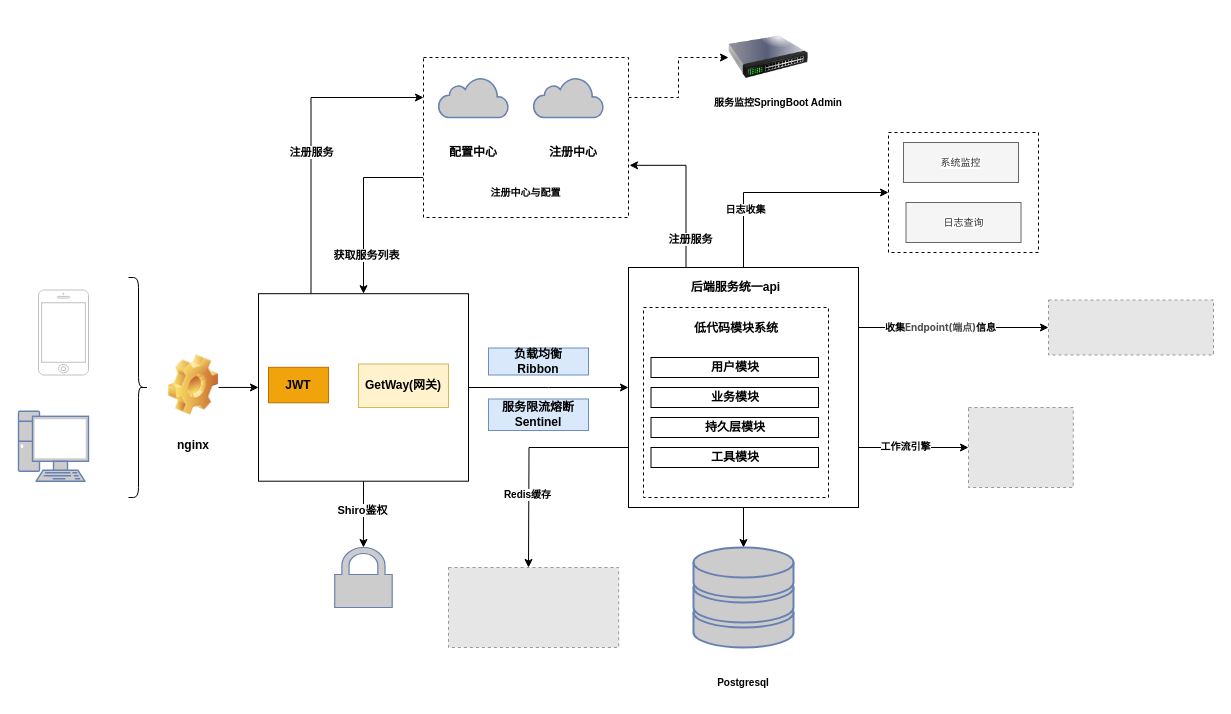
This is 未命名绘图.drawio from Joe192168/joe-draw, a draw.io file, before an edit. Source tidied: cells renumbered, new cells numbered last; positions are measured from the earlier drawing's top-left corner, leaving out a move shared by most shapes. Both pictures are drawn from the tidied source at 100%, with x=0, y=0 at pixel (18, 17). Pictures stored in the file or linked from it are replaced by grey dashed boxes.
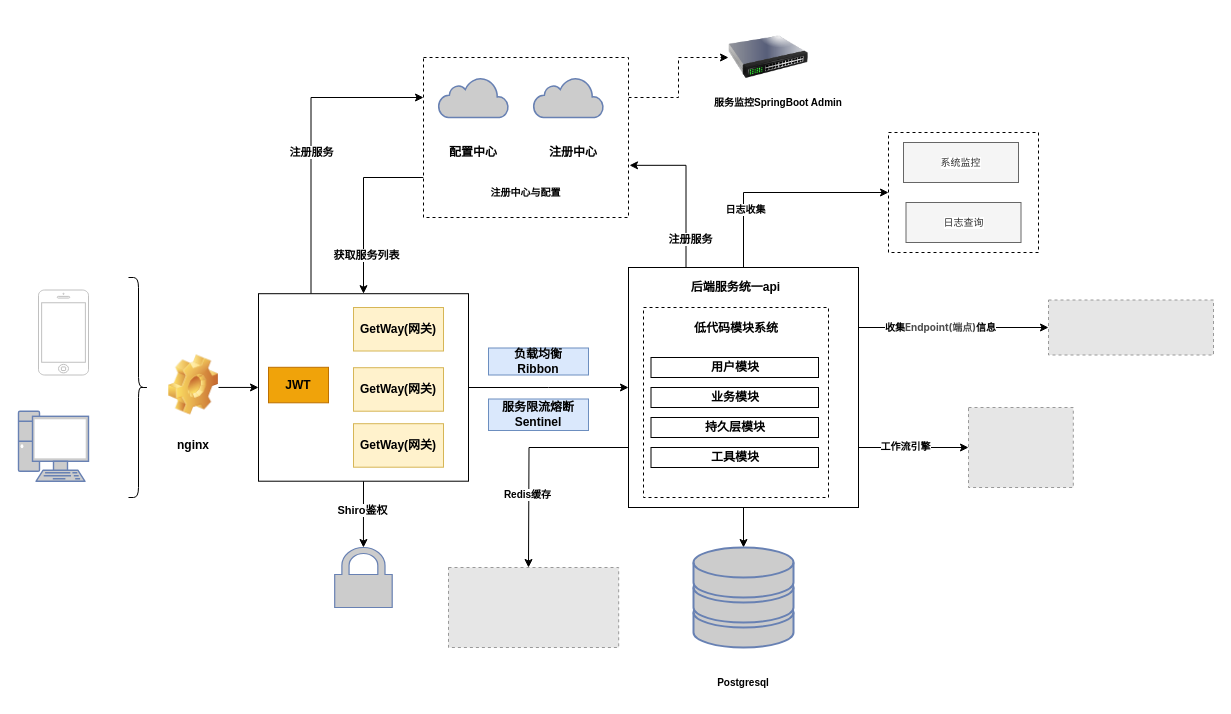
The same page after the edit.

Commit message (it also covers changes not shown here):
低代码平台分布式架构.drawio

The edit, as a diff of the source:
```diff
@@
     <mxCell id="35" value="GetWay(网关)" style="rounded=0;whiteSpace=wrap;html=1;fillColor=#fff2cc;strokeColor=#d6b656;fontStyle=1;" parent="1" vertex="1">
-      <mxGeometry x="340" y="346.5" width="90" height="43.5" as="geometry" />
+      <mxGeometry x="335" y="350.2" width="90" height="43.5" as="geometry" />
     </mxCell>
@@
+    <mxCell id="57" value="GetWay(网关)" style="rounded=0;whiteSpace=wrap;html=1;fillColor=#fff2cc;strokeColor=#d6b656;fontStyle=1;" parent="1" vertex="1">
+      <mxGeometry x="335" y="290" width="90" height="43.5" as="geometry" />
+    </mxCell>
+    <mxCell id="58" value="GetWay(网关)" style="rounded=0;whiteSpace=wrap;html=1;fillColor=#fff2cc;strokeColor=#d6b656;fontStyle=1;" parent="1" vertex="1">
+      <mxGeometry x="335" y="406.2" width="90" height="43.5" as="geometry" />
+    </mxCell>
```
